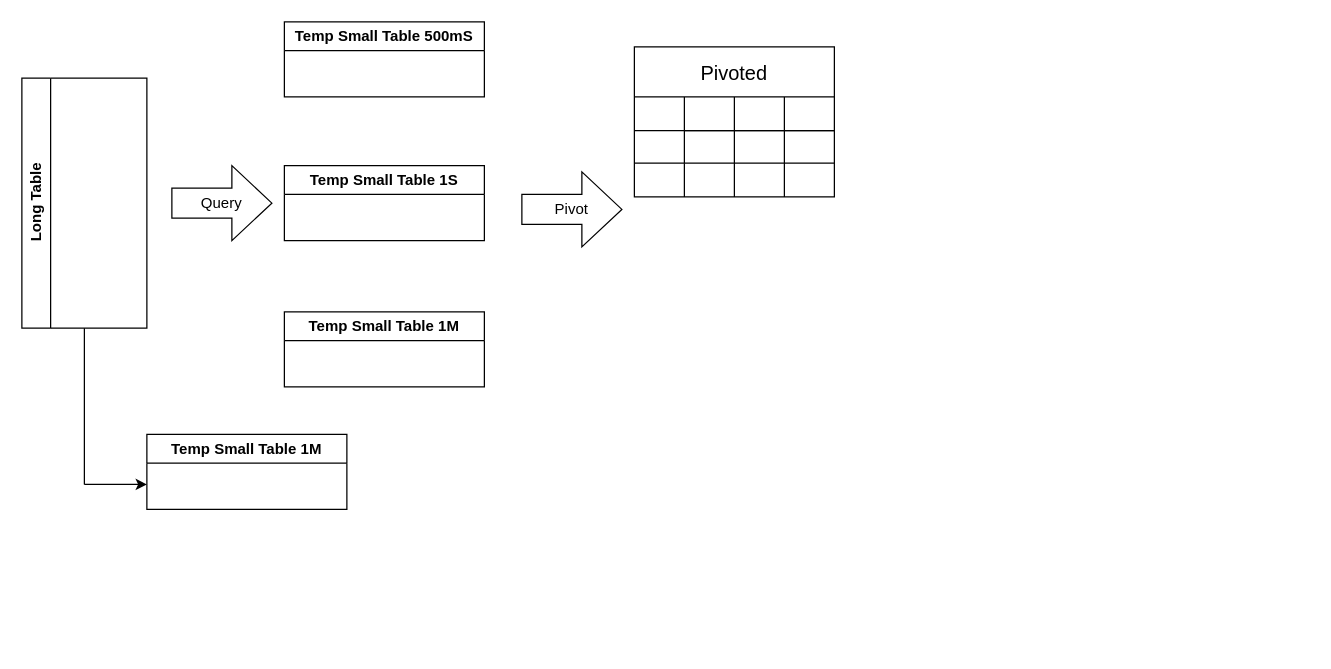
Above: images/dataflows.drawio in manuelcaipocc/etl-data-streaming (draw.io), before the change. Source tidied: cells renumbered, new cells numbered last; positions are measured from the earlier drawing's top-left corner, leaving out a move shared by most shapes. Both pictures are drawn from the tidied source at 125%, with x=0, y=0 at pixel (21, 21).
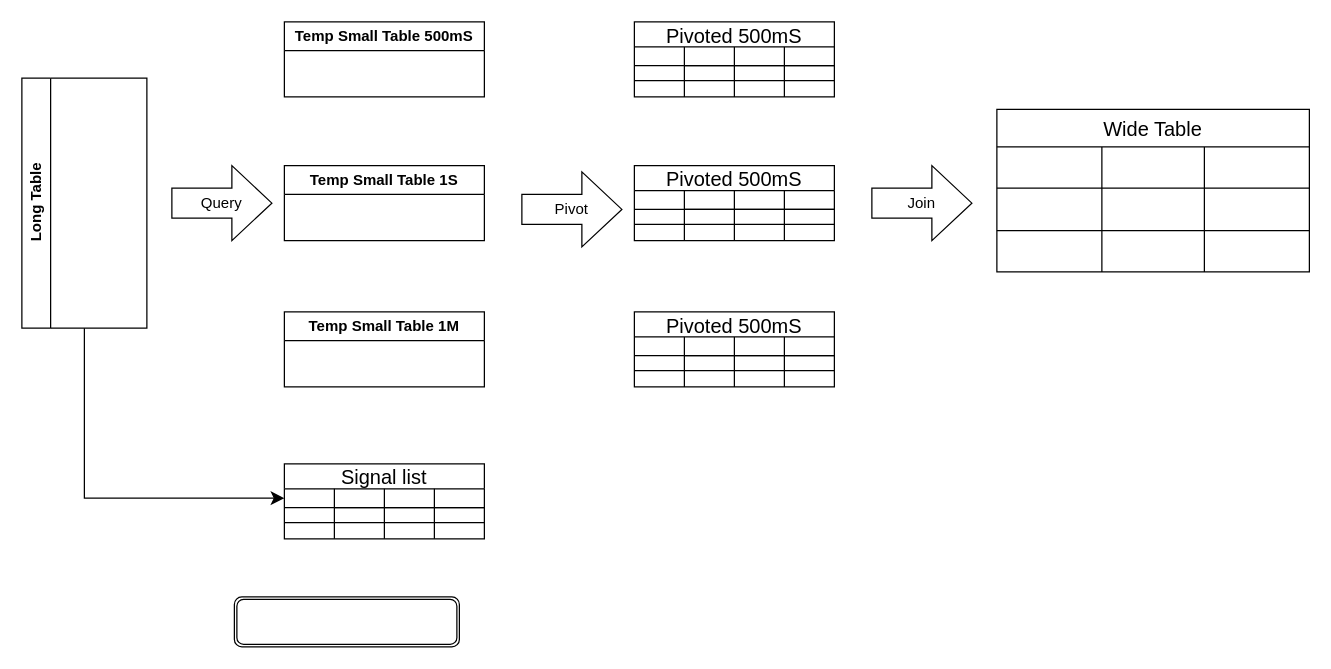
Above is the later version.

Commit message:
working pivot

Unchanged cells that the change refers to:
```xml
<mxCell id="4" value="Long Table" style="swimlane;horizontal=0;whiteSpace=wrap;html=1;" parent="1" vertex="1">
  <mxGeometry y="45" width="100" height="200" as="geometry" />
</mxCell>
```

Change to the diagram source:
```diff
@@
-    <mxCell id="7" value="Temp Small Table 1M" style="swimlane;whiteSpace=wrap;html=1;" parent="1" vertex="1">
-      <mxGeometry x="100" y="330" width="160" height="60" as="geometry" />
-    </mxCell>
-    <mxCell id="8" style="group;" parent="1" vertex="1">
-      <mxGeometry x="50" y="370" as="geometry" />
-    </mxCell>
-    <mxCell id="9" style="endArrow=none;html=1;entryX=0.5;entryY=1;entryDx=0;entryDy=0;" parent="8" edge="1" target="4">
-      <mxGeometry relative="1" as="geometry">
-        <mxPoint as="sourcePoint" />
-      </mxGeometry>
-    </mxCell>
-    <mxCell id="10" style="endArrow=classic;html=1;" parent="8" edge="1">
-      <mxGeometry relative="1" as="geometry">
-        <mxPoint as="sourcePoint" />
-        <mxPoint x="50" as="targetPoint" />
-      </mxGeometry>
-    </mxCell>
@@
-    <mxCell id="12" value="Pivoted" style="shape=table;childLayout=tableLayout;startSize=40;fontSize=16;" parent="1" vertex="1">
-      <mxGeometry x="490" y="20" width="160" height="120" as="geometry" />
+    <mxCell id="12" value="Pivoted 500mS" style="shape=table;childLayout=tableLayout;startSize=20;fontSize=16;" parent="1" vertex="1">
+      <mxGeometry x="490" width="160" height="60" as="geometry" />
     </mxCell>
     <mxCell id="13" style="shape=tableRow;horizontal=0;swimlaneHead=0;swimlaneBody=0;top=0;left=0;strokeColor=inherit;bottom=0;right=0;fontStyle=0;fillColor=none;startSize=40;fontSize=16;" parent="12" vertex="1">
-      <mxGeometry y="40" width="160" height="27" as="geometry" />
+      <mxGeometry y="20" width="160" height="15" as="geometry" />
     </mxCell>
     <mxCell id="14" style="swimlane;swimlaneHead=0;swimlaneBody=0;fontStyle=0;strokeColor=inherit;fillColor=none;startSize=40;fontSize=16;" parent="13" vertex="1">
-      <mxGeometry x="40" width="40" height="27" as="geometry" />
+      <mxGeometry x="40" width="40" height="15" as="geometry" />
     </mxCell>
     <mxCell id="15" style="swimlane;swimlaneHead=0;swimlaneBody=0;fontStyle=0;strokeColor=inherit;fillColor=none;startSize=40;fontSize=16;" parent="13" vertex="1">
-      <mxGeometry x="80" width="40" height="27" as="geometry" />
+      <mxGeometry x="80" width="40" height="15" as="geometry" />
     </mxCell>
     <mxCell id="16" style="swimlane;swimlaneHead=0;swimlaneBody=0;fontStyle=0;strokeColor=inherit;fillColor=none;startSize=40;fontSize=16;" parent="13" vertex="1">
-      <mxGeometry x="120" width="40" height="27" as="geometry" />
+      <mxGeometry x="120" width="40" height="15" as="geometry" />
     </mxCell>
     <mxCell id="17" style="shape=tableRow;horizontal=0;swimlaneHead=0;swimlaneBody=0;top=0;left=0;strokeColor=inherit;bottom=0;right=0;fontStyle=0;fillColor=none;startSize=40;fontSize=16;" parent="12" vertex="1">
-      <mxGeometry y="67" width="160" height="26" as="geometry" />
+      <mxGeometry y="35" width="160" height="12" as="geometry" />
     </mxCell>
     <mxCell id="18" style="swimlane;swimlaneHead=0;swimlaneBody=0;fontStyle=0;strokeColor=inherit;fillColor=none;startSize=0;fontSize=16;" parent="17" vertex="1">
-      <mxGeometry x="40" width="40" height="26" as="geometry" />
+      <mxGeometry x="40" width="40" height="12" as="geometry" />
     </mxCell>
     <mxCell id="19" style="swimlane;swimlaneHead=0;swimlaneBody=0;fontStyle=0;strokeColor=inherit;fillColor=none;startSize=0;fontSize=16;" parent="17" vertex="1">
-      <mxGeometry x="80" width="40" height="26" as="geometry" />
+      <mxGeometry x="80" width="40" height="12" as="geometry" />
     </mxCell>
     <mxCell id="20" style="swimlane;swimlaneHead=0;swimlaneBody=0;fontStyle=0;strokeColor=inherit;fillColor=none;startSize=0;fontSize=16;" parent="17" vertex="1">
-      <mxGeometry x="120" width="40" height="26" as="geometry" />
+      <mxGeometry x="120" width="40" height="12" as="geometry" />
     </mxCell>
     <mxCell id="21" style="shape=tableRow;horizontal=0;swimlaneHead=0;swimlaneBody=0;top=0;left=0;strokeColor=inherit;bottom=0;right=0;fontStyle=0;fillColor=none;startSize=40;fontSize=16;" parent="12" vertex="1">
-      <mxGeometry y="93" width="160" height="27" as="geometry" />
+      <mxGeometry y="47" width="160" height="13" as="geometry" />
     </mxCell>
     <mxCell id="22" style="swimlane;swimlaneHead=0;swimlaneBody=0;fontStyle=0;strokeColor=inherit;fillColor=none;startSize=0;fontSize=16;" parent="21" vertex="1">
-      <mxGeometry x="40" width="40" height="27" as="geometry" />
+      <mxGeometry x="40" width="40" height="13" as="geometry" />
     </mxCell>
     <mxCell id="23" style="swimlane;swimlaneHead=0;swimlaneBody=0;fontStyle=0;strokeColor=inherit;fillColor=none;startSize=0;fontSize=16;" parent="21" vertex="1">
-      <mxGeometry x="80" width="40" height="27" as="geometry" />
+      <mxGeometry x="80" width="40" height="13" as="geometry" />
     </mxCell>
     <mxCell id="24" style="swimlane;swimlaneHead=0;swimlaneBody=0;fontStyle=0;strokeColor=inherit;fillColor=none;startSize=0;fontSize=16;" parent="21" vertex="1">
-      <mxGeometry x="120" width="40" height="27" as="geometry" />
+      <mxGeometry x="120" width="40" height="13" as="geometry" />
     </mxCell>
+    <mxCell id="25" value="Pivoted 500mS" style="shape=table;childLayout=tableLayout;startSize=20;fontSize=16;" parent="1" vertex="1">
+      <mxGeometry x="490" y="115" width="160" height="60" as="geometry" />
+    </mxCell>
+    <mxCell id="26" style="shape=tableRow;horizontal=0;swimlaneHead=0;swimlaneBody=0;top=0;left=0;strokeColor=inherit;bottom=0;right=0;fontStyle=0;fillColor=none;startSize=40;fontSize=16;" parent="25" vertex="1">
+      <mxGeometry y="20" width="160" height="15" as="geometry" />
+    </mxCell>
+    <mxCell id="27" style="swimlane;swimlaneHead=0;swimlaneBody=0;fontStyle=0;strokeColor=inherit;fillColor=none;startSize=40;fontSize=16;" parent="26" vertex="1">
+      <mxGeometry x="40" width="40" height="15" as="geometry" />
+    </mxCell>
+    <mxCell id="28" style="swimlane;swimlaneHead=0;swimlaneBody=0;fontStyle=0;strokeColor=inherit;fillColor=none;startSize=40;fontSize=16;" parent="26" vertex="1">
+      <mxGeometry x="80" width="40" height="15" as="geometry" />
+    </mxCell>
+    <mxCell id="29" style="swimlane;swimlaneHead=0;swimlaneBody=0;fontStyle=0;strokeColor=inherit;fillColor=none;startSize=40;fontSize=16;" parent="26" vertex="1">
+      <mxGeometry x="120" width="40" height="15" as="geometry" />
+    </mxCell>
+    <mxCell id="30" style="shape=tableRow;horizontal=0;swimlaneHead=0;swimlaneBody=0;top=0;left=0;strokeColor=inherit;bottom=0;right=0;fontStyle=0;fillColor=none;startSize=40;fontSize=16;" parent="25" vertex="1">
+      <mxGeometry y="35" width="160" height="12" as="geometry" />
+    </mxCell>
+    <mxCell id="31" style="swimlane;swimlaneHead=0;swimlaneBody=0;fontStyle=0;strokeColor=inherit;fillColor=none;startSize=0;fontSize=16;" parent="30" vertex="1">
+      <mxGeometry x="40" width="40" height="12" as="geometry" />
+    </mxCell>
+    <mxCell id="32" style="swimlane;swimlaneHead=0;swimlaneBody=0;fontStyle=0;strokeColor=inherit;fillColor=none;startSize=0;fontSize=16;" parent="30" vertex="1">
+      <mxGeometry x="80" width="40" height="12" as="geometry" />
+    </mxCell>
+    <mxCell id="33" style="swimlane;swimlaneHead=0;swimlaneBody=0;fontStyle=0;strokeColor=inherit;fillColor=none;startSize=0;fontSize=16;" parent="30" vertex="1">
+      <mxGeometry x="120" width="40" height="12" as="geometry" />
+    </mxCell>
+    <mxCell id="34" style="shape=tableRow;horizontal=0;swimlaneHead=0;swimlaneBody=0;top=0;left=0;strokeColor=inherit;bottom=0;right=0;fontStyle=0;fillColor=none;startSize=40;fontSize=16;" parent="25" vertex="1">
+      <mxGeometry y="47" width="160" height="13" as="geometry" />
+    </mxCell>
+    <mxCell id="35" style="swimlane;swimlaneHead=0;swimlaneBody=0;fontStyle=0;strokeColor=inherit;fillColor=none;startSize=0;fontSize=16;" parent="34" vertex="1">
+      <mxGeometry x="40" width="40" height="13" as="geometry" />
+    </mxCell>
+    <mxCell id="36" style="swimlane;swimlaneHead=0;swimlaneBody=0;fontStyle=0;strokeColor=inherit;fillColor=none;startSize=0;fontSize=16;" parent="34" vertex="1">
+      <mxGeometry x="80" width="40" height="13" as="geometry" />
+    </mxCell>
+    <mxCell id="37" style="swimlane;swimlaneHead=0;swimlaneBody=0;fontStyle=0;strokeColor=inherit;fillColor=none;startSize=0;fontSize=16;" parent="34" vertex="1">
+      <mxGeometry x="120" width="40" height="13" as="geometry" />
+    </mxCell>
+    <mxCell id="38" value="Pivoted 500mS" style="shape=table;childLayout=tableLayout;startSize=20;fontSize=16;" parent="1" vertex="1">
+      <mxGeometry x="490" y="232" width="160" height="60" as="geometry" />
+    </mxCell>
+    <mxCell id="39" style="shape=tableRow;horizontal=0;swimlaneHead=0;swimlaneBody=0;top=0;left=0;strokeColor=inherit;bottom=0;right=0;fontStyle=0;fillColor=none;startSize=40;fontSize=16;" parent="38" vertex="1">
+      <mxGeometry y="20" width="160" height="15" as="geometry" />
+    </mxCell>
+    <mxCell id="40" style="swimlane;swimlaneHead=0;swimlaneBody=0;fontStyle=0;strokeColor=inherit;fillColor=none;startSize=40;fontSize=16;" parent="39" vertex="1">
+      <mxGeometry x="40" width="40" height="15" as="geometry" />
+    </mxCell>
+    <mxCell id="41" style="swimlane;swimlaneHead=0;swimlaneBody=0;fontStyle=0;strokeColor=inherit;fillColor=none;startSize=40;fontSize=16;" parent="39" vertex="1">
+      <mxGeometry x="80" width="40" height="15" as="geometry" />
+    </mxCell>
+    <mxCell id="42" style="swimlane;swimlaneHead=0;swimlaneBody=0;fontStyle=0;strokeColor=inherit;fillColor=none;startSize=40;fontSize=16;" parent="39" vertex="1">
+      <mxGeometry x="120" width="40" height="15" as="geometry" />
+    </mxCell>
+    <mxCell id="43" style="shape=tableRow;horizontal=0;swimlaneHead=0;swimlaneBody=0;top=0;left=0;strokeColor=inherit;bottom=0;right=0;fontStyle=0;fillColor=none;startSize=40;fontSize=16;" parent="38" vertex="1">
+      <mxGeometry y="35" width="160" height="12" as="geometry" />
+    </mxCell>
+    <mxCell id="44" style="swimlane;swimlaneHead=0;swimlaneBody=0;fontStyle=0;strokeColor=inherit;fillColor=none;startSize=0;fontSize=16;" parent="43" vertex="1">
+      <mxGeometry x="40" width="40" height="12" as="geometry" />
+    </mxCell>
+    <mxCell id="45" style="swimlane;swimlaneHead=0;swimlaneBody=0;fontStyle=0;strokeColor=inherit;fillColor=none;startSize=0;fontSize=16;" parent="43" vertex="1">
+      <mxGeometry x="80" width="40" height="12" as="geometry" />
+    </mxCell>
+    <mxCell id="46" style="swimlane;swimlaneHead=0;swimlaneBody=0;fontStyle=0;strokeColor=inherit;fillColor=none;startSize=0;fontSize=16;" parent="43" vertex="1">
+      <mxGeometry x="120" width="40" height="12" as="geometry" />
+    </mxCell>
+    <mxCell id="47" style="shape=tableRow;horizontal=0;swimlaneHead=0;swimlaneBody=0;top=0;left=0;strokeColor=inherit;bottom=0;right=0;fontStyle=0;fillColor=none;startSize=40;fontSize=16;" parent="38" vertex="1">
+      <mxGeometry y="47" width="160" height="13" as="geometry" />
+    </mxCell>
+    <mxCell id="48" style="swimlane;swimlaneHead=0;swimlaneBody=0;fontStyle=0;strokeColor=inherit;fillColor=none;startSize=0;fontSize=16;" parent="47" vertex="1">
+      <mxGeometry x="40" width="40" height="13" as="geometry" />
+    </mxCell>
+    <mxCell id="49" style="swimlane;swimlaneHead=0;swimlaneBody=0;fontStyle=0;strokeColor=inherit;fillColor=none;startSize=0;fontSize=16;" parent="47" vertex="1">
+      <mxGeometry x="80" width="40" height="13" as="geometry" />
+    </mxCell>
+    <mxCell id="50" style="swimlane;swimlaneHead=0;swimlaneBody=0;fontStyle=0;strokeColor=inherit;fillColor=none;startSize=0;fontSize=16;" parent="47" vertex="1">
+      <mxGeometry x="120" width="40" height="13" as="geometry" />
+    </mxCell>
+    <mxCell id="51" value="Wide Table" style="shape=table;startSize=30;childLayout=tableLayout;strokeColor=default;fontSize=16;" parent="1" vertex="1">
+      <mxGeometry x="780" y="70" width="250" height="130" as="geometry" />
+    </mxCell>
+    <mxCell id="52" style="shape=tableRow;horizontal=0;startSize=0;swimlaneHead=0;swimlaneBody=0;strokeColor=inherit;top=0;left=0;bottom=0;right=0;fillColor=none;fontSize=16;swimlaneFillColor=none;" parent="51" vertex="1">
+      <mxGeometry y="30" width="250" height="33" as="geometry" />
+    </mxCell>
+    <mxCell id="53" style="shape=partialRectangle;html=1;whiteSpace=wrap;strokeColor=inherit;overflow=hidden;fillColor=none;top=0;left=0;bottom=0;right=0;fontSize=16;" parent="52" vertex="1">
+      <mxGeometry width="84" height="33" as="geometry" />
+    </mxCell>
+    <mxCell id="54" style="shape=partialRectangle;html=1;whiteSpace=wrap;strokeColor=inherit;overflow=hidden;fillColor=none;top=0;left=0;bottom=0;right=0;fontSize=16;" parent="52" vertex="1">
+      <mxGeometry x="84" width="82" height="33" as="geometry" />
+    </mxCell>
+    <mxCell id="55" style="shape=partialRectangle;html=1;whiteSpace=wrap;strokeColor=inherit;overflow=hidden;fillColor=none;top=0;left=0;bottom=0;right=0;fontSize=16;" parent="52" vertex="1">
+      <mxGeometry x="166" width="84" height="33" as="geometry" />
+    </mxCell>
+    <mxCell id="56" style="shape=tableRow;horizontal=0;startSize=0;swimlaneHead=0;swimlaneBody=0;strokeColor=inherit;top=0;left=0;bottom=0;right=0;fillColor=none;fontSize=16;" parent="51" vertex="1">
+      <mxGeometry y="63" width="250" height="34" as="geometry" />
+    </mxCell>
+    <mxCell id="57" style="shape=partialRectangle;html=1;whiteSpace=wrap;strokeColor=inherit;overflow=hidden;fillColor=none;top=0;left=0;bottom=0;right=0;fontSize=16;" parent="56" vertex="1">
+      <mxGeometry width="84" height="34" as="geometry" />
+    </mxCell>
+    <mxCell id="58" style="shape=partialRectangle;html=1;whiteSpace=wrap;strokeColor=inherit;overflow=hidden;fillColor=none;top=0;left=0;bottom=0;right=0;fontSize=16;" parent="56" vertex="1">
+      <mxGeometry x="84" width="82" height="34" as="geometry" />
+    </mxCell>
+    <mxCell id="59" style="shape=partialRectangle;html=1;whiteSpace=wrap;strokeColor=inherit;overflow=hidden;fillColor=none;top=0;left=0;bottom=0;right=0;fontSize=16;" parent="56" vertex="1">
+      <mxGeometry x="166" width="84" height="34" as="geometry" />
+    </mxCell>
+    <mxCell id="60" style="shape=tableRow;horizontal=0;startSize=0;swimlaneHead=0;swimlaneBody=0;strokeColor=inherit;top=0;left=0;bottom=0;right=0;fillColor=none;fontSize=16;" parent="51" vertex="1">
+      <mxGeometry y="97" width="250" height="33" as="geometry" />
+    </mxCell>
+    <mxCell id="61" style="shape=partialRectangle;html=1;whiteSpace=wrap;strokeColor=inherit;overflow=hidden;fillColor=none;top=0;left=0;bottom=0;right=0;fontSize=16;" parent="60" vertex="1">
+      <mxGeometry width="84" height="33" as="geometry" />
+    </mxCell>
+    <mxCell id="62" style="shape=partialRectangle;html=1;whiteSpace=wrap;strokeColor=inherit;overflow=hidden;fillColor=none;top=0;left=0;bottom=0;right=0;fontSize=16;" parent="60" vertex="1">
+      <mxGeometry x="84" width="82" height="33" as="geometry" />
+    </mxCell>
+    <mxCell id="63" style="shape=partialRectangle;html=1;whiteSpace=wrap;strokeColor=inherit;overflow=hidden;fillColor=none;top=0;left=0;bottom=0;right=0;fontSize=16;" parent="60" vertex="1">
+      <mxGeometry x="166" width="84" height="33" as="geometry" />
+    </mxCell>
+    <mxCell id="64" value="Join" style="shape=singleArrow;whiteSpace=wrap;html=1;arrowWidth=0.4;arrowSize=0.4;rounded=0;" parent="1" vertex="1">
+      <mxGeometry x="680" y="115" width="80" height="60" as="geometry" />
+    </mxCell>
+    <mxCell id="65" value="Signal list" style="shape=table;childLayout=tableLayout;startSize=20;fontSize=16;" parent="1" vertex="1">
+      <mxGeometry x="210" y="353.5" width="160" height="60" as="geometry" />
+    </mxCell>
+    <mxCell id="66" style="shape=tableRow;horizontal=0;swimlaneHead=0;swimlaneBody=0;top=0;left=0;strokeColor=inherit;bottom=0;right=0;fontStyle=0;fillColor=none;points=[[0,0.5],[1,0.5]];portConstraint=eastwest;startSize=40;fontSize=16;" parent="65" vertex="1">
+      <mxGeometry y="20" width="160" height="15" as="geometry" />
+    </mxCell>
+    <mxCell id="67" style="swimlane;swimlaneHead=0;swimlaneBody=0;fontStyle=0;strokeColor=inherit;fillColor=none;startSize=40;fontSize=16;" parent="66" vertex="1">
+      <mxGeometry x="40" width="40" height="15" as="geometry" />
+    </mxCell>
+    <mxCell id="68" style="swimlane;swimlaneHead=0;swimlaneBody=0;fontStyle=0;strokeColor=inherit;fillColor=none;startSize=40;fontSize=16;" parent="66" vertex="1">
+      <mxGeometry x="80" width="40" height="15" as="geometry" />
+    </mxCell>
+    <mxCell id="69" style="swimlane;swimlaneHead=0;swimlaneBody=0;fontStyle=0;strokeColor=inherit;fillColor=none;startSize=40;fontSize=16;" parent="66" vertex="1">
+      <mxGeometry x="120" width="40" height="15" as="geometry" />
+    </mxCell>
+    <mxCell id="70" style="shape=tableRow;horizontal=0;swimlaneHead=0;swimlaneBody=0;top=0;left=0;strokeColor=inherit;bottom=0;right=0;fontStyle=0;fillColor=none;startSize=40;fontSize=16;" parent="65" vertex="1">
+      <mxGeometry y="35" width="160" height="12" as="geometry" />
+    </mxCell>
+    <mxCell id="71" style="swimlane;swimlaneHead=0;swimlaneBody=0;fontStyle=0;strokeColor=inherit;fillColor=none;startSize=0;fontSize=16;" parent="70" vertex="1">
+      <mxGeometry x="40" width="40" height="12" as="geometry" />
+    </mxCell>
+    <mxCell id="72" style="swimlane;swimlaneHead=0;swimlaneBody=0;fontStyle=0;strokeColor=inherit;fillColor=none;startSize=0;fontSize=16;" parent="70" vertex="1">
+      <mxGeometry x="80" width="40" height="12" as="geometry" />
+    </mxCell>
+    <mxCell id="73" style="swimlane;swimlaneHead=0;swimlaneBody=0;fontStyle=0;strokeColor=inherit;fillColor=none;startSize=0;fontSize=16;" parent="70" vertex="1">
+      <mxGeometry x="120" width="40" height="12" as="geometry" />
+    </mxCell>
+    <mxCell id="74" style="shape=tableRow;horizontal=0;swimlaneHead=0;swimlaneBody=0;top=0;left=0;strokeColor=inherit;bottom=0;right=0;fontStyle=0;fillColor=none;startSize=40;fontSize=16;" parent="65" vertex="1">
+      <mxGeometry y="47" width="160" height="13" as="geometry" />
+    </mxCell>
+    <mxCell id="75" style="swimlane;swimlaneHead=0;swimlaneBody=0;fontStyle=0;strokeColor=inherit;fillColor=none;startSize=0;fontSize=16;" parent="74" vertex="1">
+      <mxGeometry x="40" width="40" height="13" as="geometry" />
+    </mxCell>
+    <mxCell id="76" style="swimlane;swimlaneHead=0;swimlaneBody=0;fontStyle=0;strokeColor=inherit;fillColor=none;startSize=0;fontSize=16;" parent="74" vertex="1">
+      <mxGeometry x="80" width="40" height="13" as="geometry" />
+    </mxCell>
+    <mxCell id="77" style="swimlane;swimlaneHead=0;swimlaneBody=0;fontStyle=0;strokeColor=inherit;fillColor=none;startSize=0;fontSize=16;" parent="74" vertex="1">
+      <mxGeometry x="120" width="40" height="13" as="geometry" />
+    </mxCell>
+    <mxCell id="78" style="edgeStyle=segmentEdgeStyle;endArrow=classic;html=1;curved=0;rounded=0;endSize=8;startSize=8;exitX=0.5;exitY=1;exitDx=0;exitDy=0;entryX=0;entryY=0.5;entryDx=0;entryDy=0;" parent="1" edge="1" source="4" target="66">
+      <mxGeometry relative="1" as="geometry">
+        <Array as="points">
+          <mxPoint x="50" y="381" />
+        </Array>
+      </mxGeometry>
+    </mxCell>
+    <mxCell id="79" style="shape=ext;double=1;rounded=1;whiteSpace=wrap;html=1;" parent="1" vertex="1">
+      <mxGeometry x="170" y="460" width="180" height="40" as="geometry" />
+    </mxCell>
```
